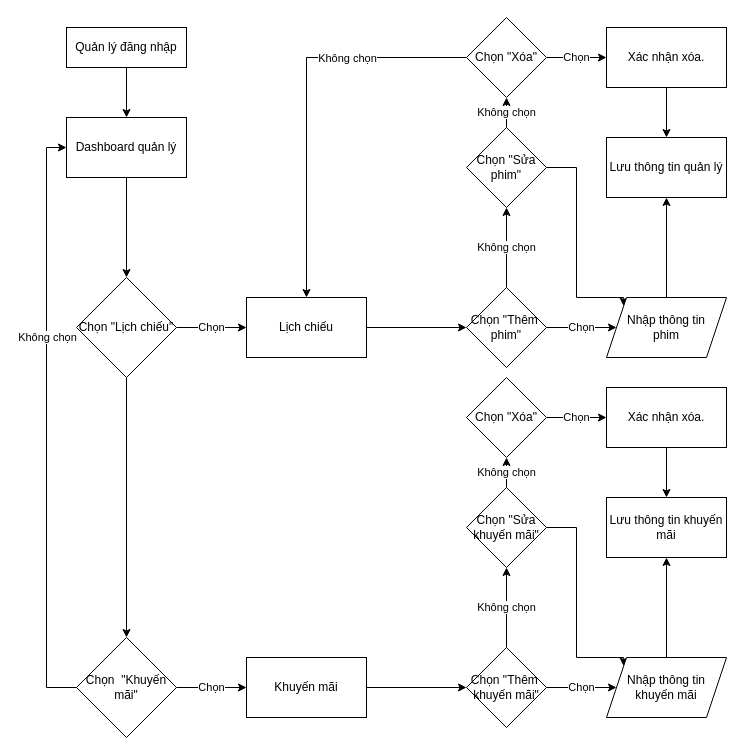
The draw.io diagram Report2_System_Design/GCF Charts/GCF_Manager.drawio in baolongnguyenmac/CinemaManagementSystem, before the edit. Source tidied: cells renumbered, new cells numbered last; positions are measured from the earlier drawing's top-left corner, leaving out a move shared by most shapes. Both pictures are drawn from the tidied source at 100%, with x=0, y=0 at pixel (46, 17).
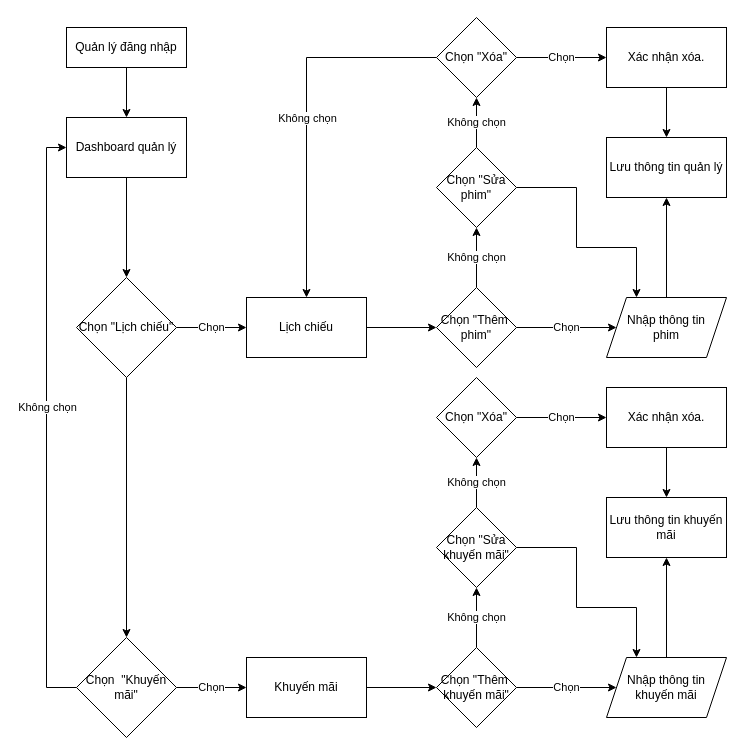
Above is the later version.

The change refers to these unchanged cells:
```xml
<mxCell id="18" style="edgeStyle=orthogonalEdgeStyle;rounded=0;jettySize=auto;html=1;entryX=0.5;entryY=0;entryDx=0;entryDy=0;" parent="1" edge="1" source="20" target="10">
  <mxGeometry relative="1" as="geometry" />
</mxCell>
<mxCell id="22" value="Nhập thông tin &lt;br&gt;phim" style="shape=parallelogram;perimeter=parallelogramPerimeter;whiteSpace=wrap;html=1;fixedSize=1;" parent="1" vertex="1">
  <mxGeometry x="560" y="280" width="120" height="60" as="geometry" />
</mxCell>
<mxCell id="27" style="edgeStyle=orthogonalEdgeStyle;rounded=0;jettySize=auto;html=1;entryX=0;entryY=0.5;entryDx=0;entryDy=0;" parent="1" edge="1" source="29" target="5">
  <mxGeometry relative="1" as="geometry">
    <Array as="points">
      <mxPoint y="670" />
      <mxPoint y="130" />
    </Array>
  </mxGeometry>
</mxCell>
<mxCell id="41" value="Nhập thông tin &lt;br&gt;khuyến mãi" style="shape=parallelogram;perimeter=parallelogramPerimeter;whiteSpace=wrap;html=1;fixedSize=1;" parent="1" vertex="1">
  <mxGeometry x="560" y="640" width="120" height="60" as="geometry" />
</mxCell>
```

The edit, as a diff of the source:
```diff
@@
     <mxCell id="13" value="Chọn &quot;Thêm&amp;nbsp; phim&quot;" style="rhombus;whiteSpace=wrap;html=1;" parent="1" vertex="1">
-      <mxGeometry x="420" y="270" width="80" height="80" as="geometry" />
+      <mxGeometry x="390" y="270" width="80" height="80" as="geometry" />
     </mxCell>
@@
-    <mxCell id="15" style="edgeStyle=orthogonalEdgeStyle;rounded=0;jettySize=auto;html=1;entryX=0;entryY=0;entryDx=0;entryDy=0;" parent="1" edge="1" source="16" target="22">
+    <mxCell id="15" style="edgeStyle=orthogonalEdgeStyle;rounded=0;jettySize=auto;html=1;entryX=0.25;entryY=0;entryDx=0;entryDy=0;exitX=1;exitY=0.5;exitDx=0;exitDy=0;" parent="1" edge="1" source="16" target="22">
       <mxGeometry relative="1" as="geometry">
         <Array as="points">
-          <mxPoint x="530" y="150" />
-          <mxPoint x="530" y="280" />
-          <mxPoint x="577" y="280" />
+          <mxPoint x="530" y="170" />
+          <mxPoint x="530" y="230" />
+          <mxPoint x="590" y="230" />
         </Array>
       </mxGeometry>
     </mxCell>
     <mxCell id="16" value="Chọn &quot;Sửa phim&quot;" style="rhombus;whiteSpace=wrap;html=1;" parent="1" vertex="1">
-      <mxGeometry x="420" y="110" width="80" height="80" as="geometry" />
+      <mxGeometry x="390" y="130" width="80" height="80" as="geometry" />
     </mxCell>
@@
     <mxCell id="19" value="Không chọn" style="edgeLabel;html=1;align=center;verticalAlign=middle;" parent="18" vertex="1">
-      <mxGeometry x="-0.4" relative="1" as="geometry" />
+      <mxGeometry x="-0.4" relative="1" as="geometry">
+        <mxPoint x="-18.3" y="60" as="offset" />
+      </mxGeometry>
     </mxCell>
     <mxCell id="20" value="Chọn &quot;Xóa&quot;" style="rhombus;whiteSpace=wrap;html=1;" parent="1" vertex="1">
-      <mxGeometry x="420" width="80" height="80" as="geometry" />
+      <mxGeometry x="390" width="80" height="80" as="geometry" />
     </mxCell>
@@
     <mxCell id="28" value="Không chọn" style="edgeLabel;html=1;align=center;verticalAlign=middle;" parent="27" vertex="1">
-      <mxGeometry x="0.29" relative="1" as="geometry" />
+      <mxGeometry x="0.29" relative="1" as="geometry">
+        <mxPoint y="70" as="offset" />
+      </mxGeometry>
     </mxCell>
@@
     <mxCell id="34" value="Chọn &quot;Thêm&amp;nbsp; khuyến mãi&quot;" style="rhombus;whiteSpace=wrap;html=1;" parent="1" vertex="1">
-      <mxGeometry x="420" y="630" width="80" height="80" as="geometry" />
+      <mxGeometry x="390" y="630" width="80" height="80" as="geometry" />
     </mxCell>
@@
-    <mxCell id="36" style="edgeStyle=orthogonalEdgeStyle;rounded=0;jettySize=auto;html=1;entryX=0;entryY=0;entryDx=0;entryDy=0;" parent="1" edge="1" source="37" target="41">
+    <mxCell id="36" style="edgeStyle=orthogonalEdgeStyle;rounded=0;jettySize=auto;html=1;entryX=0.25;entryY=0;entryDx=0;entryDy=0;exitX=1;exitY=0.5;exitDx=0;exitDy=0;" parent="1" edge="1" source="37" target="41">
       <mxGeometry relative="1" as="geometry">
         <Array as="points">
-          <mxPoint x="530" y="510" />
-          <mxPoint x="530" y="640" />
-          <mxPoint x="577" y="640" />
+          <mxPoint x="530" y="530" />
+          <mxPoint x="530" y="590" />
+          <mxPoint x="590" y="590" />
         </Array>
       </mxGeometry>
     </mxCell>
     <mxCell id="37" value="Chọn &quot;Sửa khuyến mãi&quot;" style="rhombus;whiteSpace=wrap;html=1;" parent="1" vertex="1">
-      <mxGeometry x="420" y="470" width="80" height="80" as="geometry" />
+      <mxGeometry x="390" y="490" width="80" height="80" as="geometry" />
     </mxCell>
@@
     <mxCell id="39" value="Chọn &quot;Xóa&quot;" style="rhombus;whiteSpace=wrap;html=1;" parent="1" vertex="1">
-      <mxGeometry x="420" y="360" width="80" height="80" as="geometry" />
+      <mxGeometry x="390" y="360" width="80" height="80" as="geometry" />
     </mxCell>
```
